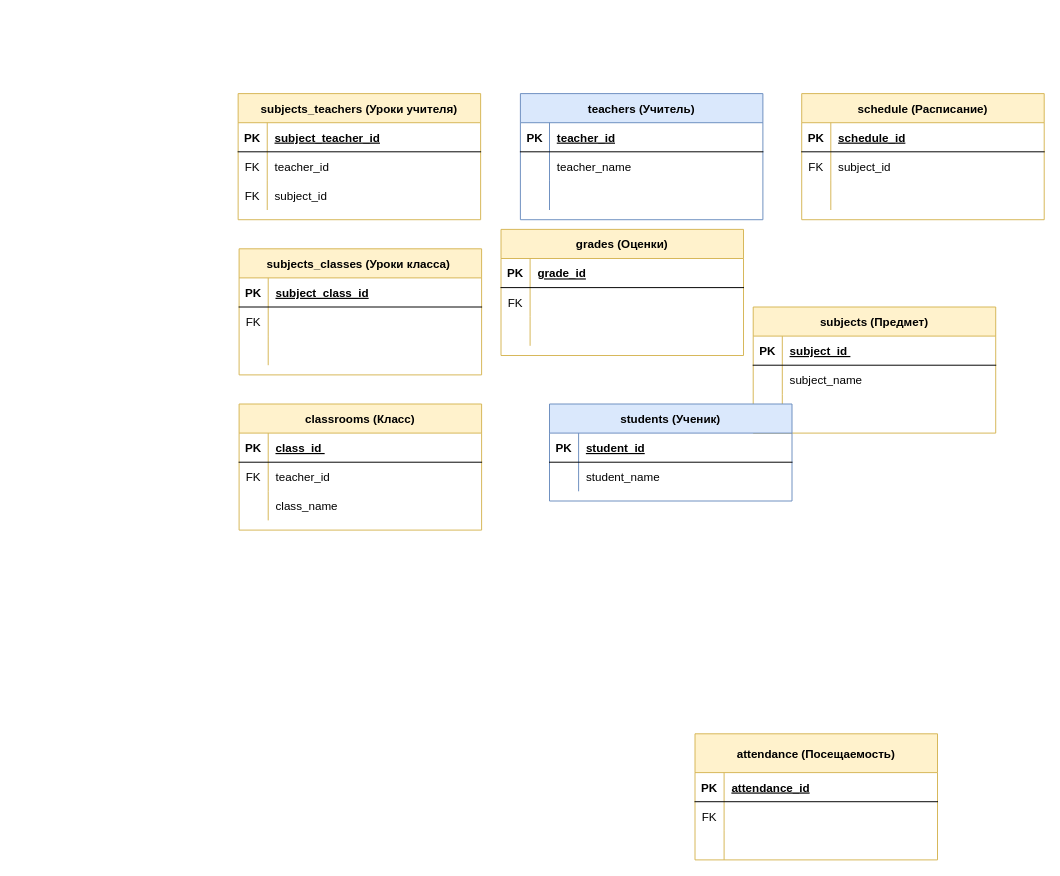
Above: Диаграмма без названия.drawio in Web-destiny/appNotes (draw.io), before the change. Source tidied: cells renumbered, new cells numbered last; positions are measured from the earlier drawing's top-left corner, leaving out a move shared by most shapes. Both pictures are drawn from the tidied source at 97%, with x=0, y=0 at pixel (238, 93).
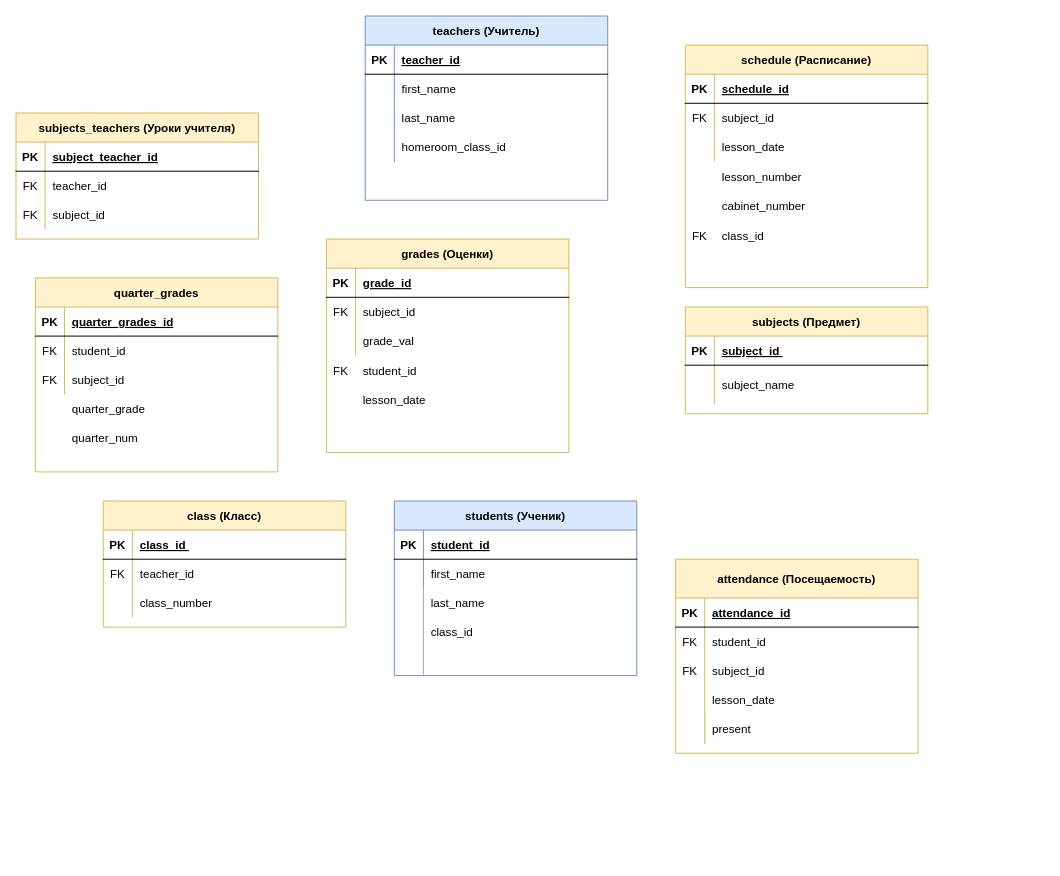
The same diagram, later.

The change refers to these unchanged cells:
```xml
<mxCell id="6" style="shape=partialRectangle;fillColor=none;top=0;left=0;right=0;bottom=0;" parent="2" vertex="1">
  <mxGeometry y="60" width="250" height="30" as="geometry" />
</mxCell>
<mxCell id="9" style="shape=partialRectangle;fillColor=none;top=0;left=0;right=0;bottom=0;" parent="2" vertex="1">
  <mxGeometry y="90" width="250" height="30" as="geometry" />
</mxCell>
<mxCell id="36" style="shape=partialRectangle;fillColor=none;top=0;left=0;right=0;bottom=0;" parent="29" vertex="1">
  <mxGeometry y="90" width="250" height="30" as="geometry" />
</mxCell>
<mxCell id="53" style="shape=partialRectangle;fillColor=none;top=0;left=0;right=0;bottom=0;" parent="49" vertex="1">
  <mxGeometry y="70" width="250" height="30" as="geometry" />
</mxCell>
<mxCell id="56" style="shape=partialRectangle;fillColor=none;top=0;left=0;right=0;bottom=0;" parent="49" vertex="1">
  <mxGeometry y="100" width="250" height="30" as="geometry" />
</mxCell>
<mxCell id="63" style="shape=partialRectangle;fillColor=none;top=0;left=0;right=0;bottom=0;" parent="59" vertex="1">
  <mxGeometry y="60" width="250" height="30" as="geometry" />
</mxCell>
<mxCell id="66" style="shape=partialRectangle;fillColor=none;top=0;left=0;right=0;bottom=0;" parent="59" vertex="1">
  <mxGeometry y="90" width="250" height="30" as="geometry" />
</mxCell>
<mxCell id="70" style="shape=partialRectangle;fillColor=none;top=0;left=0;right=0;bottom=1;" parent="69" vertex="1">
  <mxGeometry y="30" width="250" height="30" as="geometry" />
</mxCell>
<mxCell id="73" style="shape=partialRectangle;fillColor=none;top=0;left=0;right=0;bottom=0;" parent="69" vertex="1">
  <mxGeometry y="60" width="250" height="30" as="geometry" />
</mxCell>
<mxCell id="76" style="shape=partialRectangle;fillColor=none;top=0;left=0;right=0;bottom=0;" parent="69" vertex="1">
  <mxGeometry y="90" width="250" height="30" as="geometry" />
</mxCell>
<mxCell id="86" style="shape=partialRectangle;fillColor=none;top=0;left=0;right=0;bottom=0;" parent="79" vertex="1">
  <mxGeometry y="90" width="250" height="30" as="geometry" />
</mxCell>
```

The edit, as a diff of the source:
```diff
@@
     <mxCell id="2" value="teachers (Учитель)" style="shape=table;startSize=30;childLayout=tableLayout;rowLines=0;fontStyle=1;align=center;fillColor=#dae8fc;strokeColor=#6c8ebf;" parent="1" vertex="1">
-      <mxGeometry x="291" width="250" height="130" as="geometry" />
+      <mxGeometry x="131" y="-80" width="250" height="190" as="geometry" />
     </mxCell>
@@
-    <mxCell id="8" value="teacher_name " style="shape=partialRectangle;overflow=hidden;fillColor=none;top=0;left=0;bottom=0;right=0;align=left;spacingLeft=6;" parent="6" vertex="1">
+    <mxCell id="8" value="first_name" style="shape=partialRectangle;overflow=hidden;fillColor=none;top=0;left=0;bottom=0;right=0;align=left;spacingLeft=6;" parent="6" vertex="1">
       <mxGeometry x="30" width="220" height="30" as="geometry" />
     </mxCell>
@@
-    <mxCell id="11" style="shape=partialRectangle;overflow=hidden;fillColor=none;top=0;left=0;bottom=0;right=0;align=left;spacingLeft=6;" parent="9" vertex="1">
+    <mxCell id="11" value="last_name" style="shape=partialRectangle;overflow=hidden;fillColor=none;top=0;left=0;bottom=0;right=0;align=left;spacingLeft=6;" parent="9" vertex="1">
       <mxGeometry x="30" width="220" height="30" as="geometry" />
     </mxCell>
     <mxCell id="12" value="subjects (Предмет)" style="shape=table;startSize=30;childLayout=tableLayout;rowLines=0;fontStyle=1;align=center;fillColor=#fff2cc;strokeColor=#d6b656;" parent="1" vertex="1">
-      <mxGeometry x="531" y="220" width="250" height="130" as="geometry" />
+      <mxGeometry x="461" y="220" width="250" height="110" as="geometry" />
     </mxCell>
@@
     <mxCell id="16" style="shape=partialRectangle;fillColor=none;top=0;left=0;right=0;bottom=0;" parent="12" vertex="1">
-      <mxGeometry y="60" width="250" height="30" as="geometry" />
+      <mxGeometry y="60" width="250" height="40" as="geometry" />
     </mxCell>
     <mxCell id="17" style="shape=partialRectangle;overflow=hidden;fillColor=none;top=0;left=0;bottom=0;right=0;" parent="16" vertex="1">
-      <mxGeometry width="30" height="30" as="geometry" />
+      <mxGeometry width="30" height="40" as="geometry" />
     </mxCell>
     <mxCell id="18" value="subject_name" style="shape=partialRectangle;overflow=hidden;fillColor=none;top=0;left=0;bottom=0;right=0;align=left;spacingLeft=6;" parent="16" vertex="1">
-      <mxGeometry x="30" width="220" height="30" as="geometry" />
+      <mxGeometry x="30" width="220" height="40" as="geometry" />
     </mxCell>
-    <mxCell id="19" style="shape=partialRectangle;fillColor=none;top=0;left=0;right=0;bottom=0;" parent="12" vertex="1">
-      <mxGeometry y="90" width="250" height="30" as="geometry" />
-    </mxCell>
-    <mxCell id="20" style="shape=partialRectangle;overflow=hidden;fillColor=none;top=0;left=0;bottom=0;right=0;" parent="19" vertex="1">
-      <mxGeometry width="30" height="30" as="geometry" />
-    </mxCell>
-    <mxCell id="21" style="shape=partialRectangle;overflow=hidden;fillColor=none;top=0;left=0;bottom=0;right=0;align=left;spacingLeft=6;" parent="19" vertex="1">
-      <mxGeometry x="30" width="220" height="30" as="geometry" />
-    </mxCell>
-    <mxCell id="22" value="students (Ученик)" style="shape=table;startSize=30;childLayout=tableLayout;rowLines=0;fontStyle=1;align=center;fillColor=#dae8fc;strokeColor=#6c8ebf;" parent="1" vertex="1">
-      <mxGeometry x="321" y="320" width="250" height="100" as="geometry" />
-    </mxCell>
-    <mxCell id="23" style="shape=partialRectangle;fillColor=none;top=0;left=0;right=0;bottom=1;" parent="22" vertex="1">
-      <mxGeometry y="30" width="250" height="30" as="geometry" />
-    </mxCell>
-    <mxCell id="24" value="PK" style="shape=partialRectangle;overflow=hidden;fillColor=none;top=0;left=0;bottom=0;right=0;fontStyle=1;" parent="23" vertex="1">
-      <mxGeometry width="30" height="30" as="geometry" />
-    </mxCell>
-    <mxCell id="25" value="student_id" style="shape=partialRectangle;overflow=hidden;fillColor=none;top=0;left=0;bottom=0;right=0;align=left;spacingLeft=6;fontStyle=5;" parent="23" vertex="1">
-      <mxGeometry x="30" width="220" height="30" as="geometry" />
-    </mxCell>
-    <mxCell id="26" style="shape=partialRectangle;fillColor=none;top=0;left=0;right=0;bottom=0;" parent="22" vertex="1">
-      <mxGeometry y="60" width="250" height="30" as="geometry" />
-    </mxCell>
-    <mxCell id="27" style="shape=partialRectangle;overflow=hidden;fillColor=none;top=0;left=0;bottom=0;right=0;" parent="26" vertex="1">
-      <mxGeometry width="30" height="30" as="geometry" />
-    </mxCell>
-    <mxCell id="28" value="student_name" style="shape=partialRectangle;overflow=hidden;fillColor=none;top=0;left=0;bottom=0;right=0;align=left;spacingLeft=6;" parent="26" vertex="1">
-      <mxGeometry x="30" width="220" height="30" as="geometry" />
-    </mxCell>
-    <mxCell id="29" value="classrooms (Класс)" style="shape=table;startSize=30;childLayout=tableLayout;rowLines=0;fontStyle=1;align=center;fillColor=#fff2cc;strokeColor=#d6b656;" parent="1" vertex="1">
-      <mxGeometry x="1" y="320" width="250" height="130" as="geometry" />
+    <mxCell id="29" value="class (Класс)" style="shape=table;startSize=30;childLayout=tableLayout;rowLines=0;fontStyle=1;align=center;fillColor=#fff2cc;strokeColor=#d6b656;" parent="1" vertex="1">
+      <mxGeometry x="-139" y="420" width="250" height="130" as="geometry" />
     </mxCell>
@@
-    <mxCell id="38" value="class_name" style="shape=partialRectangle;overflow=hidden;fillColor=none;top=0;left=0;bottom=0;right=0;align=left;spacingLeft=6;" parent="36" vertex="1">
+    <mxCell id="38" value="class_number" style="shape=partialRectangle;overflow=hidden;fillColor=none;top=0;left=0;bottom=0;right=0;align=left;spacingLeft=6;" parent="36" vertex="1">
       <mxGeometry x="30" width="220" height="30" as="geometry" />
     </mxCell>
     <mxCell id="39" value="subjects_teachers (Уроки учителя)" style="shape=table;startSize=30;childLayout=tableLayout;rowLines=0;fontStyle=1;align=center;fillColor=#fff2cc;strokeColor=#d6b656;" parent="1" vertex="1">
-      <mxGeometry width="250" height="130" as="geometry" />
+      <mxGeometry x="-229" y="20" width="250" height="130" as="geometry" />
     </mxCell>
@@
     <mxCell id="49" value="attendance (Посещаемость)" style="shape=table;startSize=40;childLayout=tableLayout;rowLines=0;fontStyle=1;align=center;fillColor=#fff2cc;strokeColor=#d6b656;" parent="1" vertex="1">
-      <mxGeometry x="471" y="660" width="250" height="130" as="geometry" />
+      <mxGeometry x="451" y="480" width="250" height="200" as="geometry" />
     </mxCell>
@@
-    <mxCell id="55" style="shape=partialRectangle;overflow=hidden;fillColor=none;top=0;left=0;bottom=0;right=0;align=left;spacingLeft=6;" parent="53" vertex="1">
+    <mxCell id="55" value="student_id" style="shape=partialRectangle;overflow=hidden;fillColor=none;top=0;left=0;bottom=0;right=0;align=left;spacingLeft=6;" parent="53" vertex="1">
       <mxGeometry x="30" width="220" height="30" as="geometry" />
     </mxCell>
@@
-    <mxCell id="57" style="shape=partialRectangle;overflow=hidden;fillColor=none;top=0;left=0;bottom=0;right=0;" parent="56" vertex="1">
+    <mxCell id="57" value="FK" style="shape=partialRectangle;overflow=hidden;fillColor=none;top=0;left=0;bottom=0;right=0;" parent="56" vertex="1">
       <mxGeometry width="30" height="30" as="geometry" />
     </mxCell>
-    <mxCell id="58" style="shape=partialRectangle;overflow=hidden;fillColor=none;top=0;left=0;bottom=0;right=0;align=left;spacingLeft=6;" parent="56" vertex="1">
+    <mxCell id="58" value="subject_id" style="shape=partialRectangle;overflow=hidden;fillColor=none;top=0;left=0;bottom=0;right=0;align=left;spacingLeft=6;" parent="56" vertex="1">
       <mxGeometry x="30" width="220" height="30" as="geometry" />
     </mxCell>
     <mxCell id="59" value="grades (Оценки)" style="shape=table;startSize=30;childLayout=tableLayout;rowLines=0;fontStyle=1;align=center;fillColor=#fff2cc;strokeColor=#d6b656;" parent="1" vertex="1">
-      <mxGeometry x="271" y="140" width="250" height="130" as="geometry" />
+      <mxGeometry x="91" y="150" width="250" height="220" as="geometry" />
     </mxCell>
@@
-    <mxCell id="65" style="shape=partialRectangle;overflow=hidden;fillColor=none;top=0;left=0;bottom=0;right=0;align=left;spacingLeft=6;" parent="63" vertex="1">
+    <mxCell id="65" value="subject_id" style="shape=partialRectangle;overflow=hidden;fillColor=none;top=0;left=0;bottom=0;right=0;align=left;spacingLeft=6;" parent="63" vertex="1">
       <mxGeometry x="30" width="220" height="30" as="geometry" />
     </mxCell>
@@
-    <mxCell id="68" style="shape=partialRectangle;overflow=hidden;fillColor=none;top=0;left=0;bottom=0;right=0;align=left;spacingLeft=6;" parent="66" vertex="1">
+    <mxCell id="68" value="grade_val" style="shape=partialRectangle;overflow=hidden;fillColor=none;top=0;left=0;bottom=0;right=0;align=left;spacingLeft=6;" parent="66" vertex="1">
       <mxGeometry x="30" width="220" height="30" as="geometry" />
     </mxCell>
-    <mxCell id="69" value="subjects_classes (Уроки класса) " style="shape=table;startSize=30;childLayout=tableLayout;rowLines=0;fontStyle=1;align=center;fillColor=#fff2cc;strokeColor=#d6b656;" parent="1" vertex="1">
-      <mxGeometry x="1" y="160" width="250" height="130" as="geometry" />
+    <mxCell id="69" value="quarter_grades" style="shape=table;startSize=30;childLayout=tableLayout;rowLines=0;fontStyle=1;align=center;fillColor=#fff2cc;strokeColor=#d6b656;" parent="1" vertex="1">
+      <mxGeometry x="-209" y="190" width="250" height="200" as="geometry" />
     </mxCell>
@@
-    <mxCell id="72" value="subject_class_id" style="shape=partialRectangle;overflow=hidden;fillColor=none;top=0;left=0;bottom=0;right=0;align=left;spacingLeft=6;fontStyle=5;" parent="70" vertex="1">
+    <mxCell id="72" value="quarter_grades_id" style="shape=partialRectangle;overflow=hidden;fillColor=none;top=0;left=0;bottom=0;right=0;align=left;spacingLeft=6;fontStyle=5;" parent="70" vertex="1">
       <mxGeometry x="30" width="220" height="30" as="geometry" />
     </mxCell>
@@
-    <mxCell id="75" style="shape=partialRectangle;overflow=hidden;fillColor=none;top=0;left=0;bottom=0;right=0;align=left;spacingLeft=6;" parent="73" vertex="1">
+    <mxCell id="75" value="student_id" style="shape=partialRectangle;overflow=hidden;fillColor=none;top=0;left=0;bottom=0;right=0;align=left;spacingLeft=6;" parent="73" vertex="1">
       <mxGeometry x="30" width="220" height="30" as="geometry" />
     </mxCell>
@@
-    <mxCell id="77" style="shape=partialRectangle;overflow=hidden;fillColor=none;top=0;left=0;bottom=0;right=0;" parent="76" vertex="1">
+    <mxCell id="77" value="FK" style="shape=partialRectangle;overflow=hidden;fillColor=none;top=0;left=0;bottom=0;right=0;" parent="76" vertex="1">
       <mxGeometry width="30" height="30" as="geometry" />
     </mxCell>
-    <mxCell id="78" style="shape=partialRectangle;overflow=hidden;fillColor=none;top=0;left=0;bottom=0;right=0;align=left;spacingLeft=6;" parent="76" vertex="1">
+    <mxCell id="78" value="subject_id" style="shape=partialRectangle;overflow=hidden;fillColor=none;top=0;left=0;bottom=0;right=0;align=left;spacingLeft=6;" parent="76" vertex="1">
       <mxGeometry x="30" width="220" height="30" as="geometry" />
     </mxCell>
     <mxCell id="79" value="schedule (Расписание)" style="shape=table;startSize=30;childLayout=tableLayout;rowLines=0;fontStyle=1;align=center;fillColor=#fff2cc;strokeColor=#d6b656;" parent="1" vertex="1">
-      <mxGeometry x="581" width="250" height="130" as="geometry" />
+      <mxGeometry x="461" y="-50" width="250" height="250" as="geometry" />
     </mxCell>
@@
-    <mxCell id="88" style="shape=partialRectangle;overflow=hidden;fillColor=none;top=0;left=0;bottom=0;right=0;align=left;spacingLeft=6;" parent="86" vertex="1">
+    <mxCell id="88" value="lesson_date" style="shape=partialRectangle;overflow=hidden;fillColor=none;top=0;left=0;bottom=0;right=0;align=left;spacingLeft=6;" parent="86" vertex="1">
       <mxGeometry x="30" width="220" height="30" as="geometry" />
     </mxCell>
+    <mxCell id="22" value="students (Ученик)" style="shape=table;startSize=30;childLayout=tableLayout;rowLines=0;fontStyle=1;align=center;fillColor=#dae8fc;strokeColor=#6c8ebf;top=1;right=1;" parent="1" vertex="1">
+      <mxGeometry x="161" y="420" width="250" height="180" as="geometry" />
+    </mxCell>
+    <mxCell id="23" style="shape=partialRectangle;fillColor=none;top=0;left=0;right=0;bottom=1;" parent="22" vertex="1">
+      <mxGeometry y="30" width="250" height="30" as="geometry" />
+    </mxCell>
+    <mxCell id="24" value="PK" style="shape=partialRectangle;overflow=hidden;fillColor=none;top=0;left=0;bottom=0;right=0;fontStyle=1;" parent="23" vertex="1">
+      <mxGeometry width="30" height="30" as="geometry" />
+    </mxCell>
+    <mxCell id="25" value="student_id" style="shape=partialRectangle;overflow=hidden;fillColor=none;top=0;left=0;bottom=0;right=0;align=left;spacingLeft=6;fontStyle=5;" parent="23" vertex="1">
+      <mxGeometry x="30" width="220" height="30" as="geometry" />
+    </mxCell>
+    <mxCell id="26" style="shape=partialRectangle;fillColor=none;top=0;left=0;right=0;bottom=0;" parent="22" vertex="1">
+      <mxGeometry y="60" width="250" height="30" as="geometry" />
+    </mxCell>
+    <mxCell id="27" style="shape=partialRectangle;overflow=hidden;fillColor=none;top=0;left=0;bottom=0;right=0;" parent="26" vertex="1">
+      <mxGeometry width="30" height="30" as="geometry" />
+    </mxCell>
+    <mxCell id="28" value="first_name" style="shape=partialRectangle;overflow=hidden;fillColor=none;top=0;left=0;bottom=0;right=0;align=left;spacingLeft=6;strokeWidth=1;" parent="26" vertex="1">
+      <mxGeometry x="30" width="220" height="30" as="geometry" />
+    </mxCell>
+    <mxCell id="89" style="shape=partialRectangle;overflow=hidden;fillColor=none;top=0;left=0;bottom=0;right=1;strokeWidth=1;strokeColor=#94a9ce;align=center;verticalAlign=middle;fontFamily=Helvetica;fontSize=12;fontColor=default;" parent="1" vertex="1">
+      <mxGeometry x="161" y="510" width="30" height="30" as="geometry" />
+    </mxCell>
+    <mxCell id="90" value="last_name" style="shape=partialRectangle;overflow=hidden;fillColor=none;top=0;left=0;bottom=0;right=0;align=left;spacingLeft=6;strokeWidth=1;" parent="1" vertex="1">
+      <mxGeometry x="191" y="510" width="220" height="30" as="geometry" />
+    </mxCell>
+    <mxCell id="91" style="shape=partialRectangle;overflow=hidden;fillColor=none;top=0;left=0;bottom=0;right=1;strokeWidth=1;strokeColor=#94a9ce;align=center;verticalAlign=middle;fontFamily=Helvetica;fontSize=12;fontColor=default;" parent="1" vertex="1">
+      <mxGeometry x="161" y="540" width="30" height="30" as="geometry" />
+    </mxCell>
+    <mxCell id="92" value="class_id" style="shape=partialRectangle;overflow=hidden;fillColor=none;top=0;left=0;bottom=0;right=0;align=left;spacingLeft=6;strokeWidth=1;" parent="1" vertex="1">
+      <mxGeometry x="191" y="540" width="220" height="30" as="geometry" />
+    </mxCell>
+    <mxCell id="93" style="shape=partialRectangle;overflow=hidden;fillColor=none;top=0;left=0;bottom=0;right=1;strokeWidth=1;strokeColor=#94a9ce;align=center;verticalAlign=middle;fontFamily=Helvetica;fontSize=12;fontColor=default;" parent="1" vertex="1">
+      <mxGeometry x="161" y="570" width="30" height="30" as="geometry" />
+    </mxCell>
+    <mxCell id="94" style="shape=partialRectangle;overflow=hidden;fillColor=none;top=0;left=0;bottom=0;right=0;align=left;spacingLeft=6;strokeWidth=1;" parent="1" vertex="1">
+      <mxGeometry x="191" y="570" width="220" height="30" as="geometry" />
+    </mxCell>
+    <mxCell id="95" style="shape=partialRectangle;overflow=hidden;fillColor=none;top=0;left=0;bottom=0;right=1;strokeColor=#728ebf;" parent="1" vertex="1">
+      <mxGeometry x="131" y="40" width="30" height="30" as="geometry" />
+    </mxCell>
+    <mxCell id="96" value="homeroom_class_id" style="shape=partialRectangle;overflow=hidden;fillColor=none;top=0;left=0;bottom=0;right=0;align=left;spacingLeft=6;" parent="1" vertex="1">
+      <mxGeometry x="161" y="40" width="220" height="30" as="geometry" />
+    </mxCell>
+    <mxCell id="97" style="shape=partialRectangle;overflow=hidden;fillColor=none;top=0;left=0;bottom=0;right=1;strokeColor=#d2b654;" parent="1" vertex="1">
+      <mxGeometry x="451" y="610" width="30" height="30" as="geometry" />
+    </mxCell>
+    <mxCell id="98" value="lesson_date" style="shape=partialRectangle;overflow=hidden;fillColor=none;top=0;left=0;bottom=0;right=0;align=left;spacingLeft=6;" parent="1" vertex="1">
+      <mxGeometry x="481" y="610" width="220" height="30" as="geometry" />
+    </mxCell>
+    <mxCell id="99" style="shape=partialRectangle;overflow=hidden;fillColor=none;top=0;left=0;bottom=0;right=1;strokeColor=#ceb652;" parent="1" vertex="1">
+      <mxGeometry x="451" y="640" width="30" height="30" as="geometry" />
+    </mxCell>
+    <mxCell id="100" value="present" style="shape=partialRectangle;overflow=hidden;fillColor=none;top=0;left=0;bottom=0;right=0;align=left;spacingLeft=6;strokeColor=#d2b654;" parent="1" vertex="1">
+      <mxGeometry x="481" y="640" width="220" height="30" as="geometry" />
+    </mxCell>
+    <mxCell id="101" value="FK" style="shape=partialRectangle;overflow=hidden;fillColor=none;top=0;left=0;bottom=0;right=0;" parent="1" vertex="1">
+      <mxGeometry x="91" y="271" width="30" height="30" as="geometry" />
+    </mxCell>
+    <mxCell id="102" value="student_id" style="shape=partialRectangle;overflow=hidden;fillColor=none;top=0;left=0;bottom=0;right=0;align=left;spacingLeft=6;" parent="1" vertex="1">
+      <mxGeometry x="121" y="271" width="220" height="30" as="geometry" />
+    </mxCell>
+    <mxCell id="103" style="shape=partialRectangle;overflow=hidden;fillColor=none;top=0;left=0;bottom=0;right=0;" parent="1" vertex="1">
+      <mxGeometry x="91" y="301" width="30" height="30" as="geometry" />
+    </mxCell>
+    <mxCell id="104" value="lesson_date" style="shape=partialRectangle;overflow=hidden;fillColor=none;top=0;left=0;bottom=0;right=0;align=left;spacingLeft=6;" parent="1" vertex="1">
+      <mxGeometry x="121" y="301" width="220" height="30" as="geometry" />
+    </mxCell>
+    <mxCell id="105" style="shape=partialRectangle;overflow=hidden;fillColor=none;top=0;left=0;bottom=0;right=0;" parent="1" vertex="1">
+      <mxGeometry x="461" y="71" width="30" height="30" as="geometry" />
+    </mxCell>
+    <mxCell id="106" value="lesson_number" style="shape=partialRectangle;overflow=hidden;fillColor=none;top=0;left=0;bottom=0;right=0;align=left;spacingLeft=6;" parent="1" vertex="1">
+      <mxGeometry x="491" y="71" width="220" height="30" as="geometry" />
+    </mxCell>
+    <mxCell id="107" style="shape=partialRectangle;overflow=hidden;fillColor=none;top=0;left=0;bottom=0;right=0;" parent="1" vertex="1">
+      <mxGeometry x="461" y="101" width="30" height="30" as="geometry" />
+    </mxCell>
+    <mxCell id="108" value="cabinet_number" style="shape=partialRectangle;overflow=hidden;fillColor=none;top=0;left=0;bottom=0;right=0;align=left;spacingLeft=6;" parent="1" vertex="1">
+      <mxGeometry x="491" y="101" width="220" height="30" as="geometry" />
+    </mxCell>
+    <mxCell id="109" value="FK" style="shape=partialRectangle;overflow=hidden;fillColor=none;top=0;left=0;bottom=0;right=0;" parent="1" vertex="1">
+      <mxGeometry x="461" y="131" width="30" height="30" as="geometry" />
+    </mxCell>
+    <mxCell id="110" value="class_id" style="shape=partialRectangle;overflow=hidden;fillColor=none;top=0;left=0;bottom=0;right=0;align=left;spacingLeft=6;" parent="1" vertex="1">
+      <mxGeometry x="491" y="131" width="220" height="30" as="geometry" />
+    </mxCell>
+    <mxCell id="111" style="shape=partialRectangle;overflow=hidden;fillColor=none;top=0;left=0;bottom=0;right=0;" parent="1" vertex="1">
+      <mxGeometry x="-209" y="310" width="30" height="30" as="geometry" />
+    </mxCell>
+    <mxCell id="112" value="quarter_grade" style="shape=partialRectangle;overflow=hidden;fillColor=none;top=0;left=0;bottom=0;right=0;align=left;spacingLeft=6;" parent="1" vertex="1">
+      <mxGeometry x="-179" y="310" width="220" height="30" as="geometry" />
+    </mxCell>
+    <mxCell id="113" style="shape=partialRectangle;overflow=hidden;fillColor=none;top=0;left=0;bottom=0;right=0;" parent="1" vertex="1">
+      <mxGeometry x="-209" y="340" width="30" height="30" as="geometry" />
+    </mxCell>
+    <mxCell id="114" value="quarter_num" style="shape=partialRectangle;overflow=hidden;fillColor=none;top=0;left=0;bottom=0;right=0;align=left;spacingLeft=6;" parent="1" vertex="1">
+      <mxGeometry x="-179" y="340" width="220" height="30" as="geometry" />
+    </mxCell>
```
